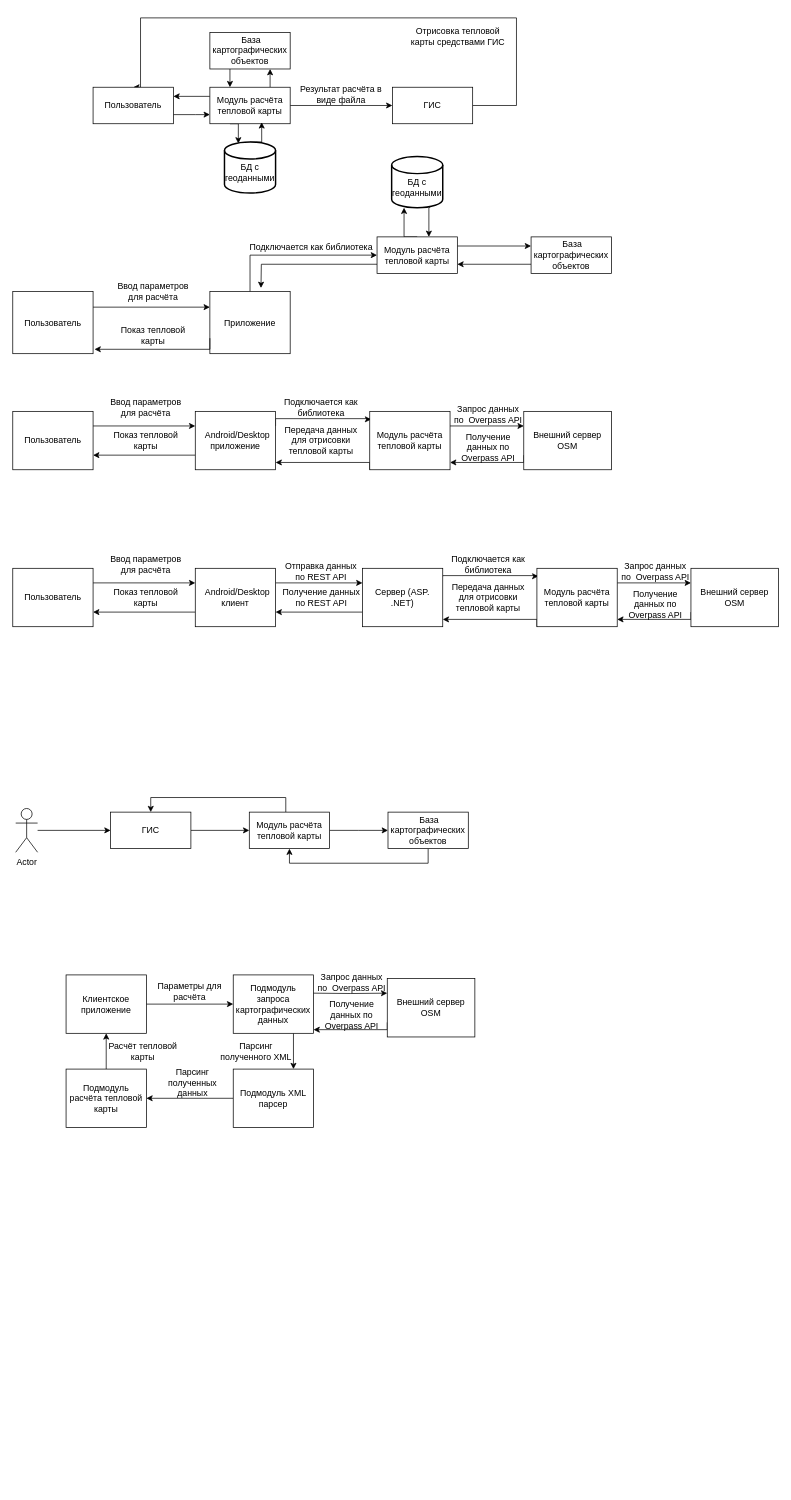
Earlier version of the draw.io diagram Диаграмма артитектуры модуля.drawio (KirMaid/OsmApiClient). Source tidied: cells renumbered, new cells numbered last; positions are measured from the earlier drawing's top-left corner, leaving out a move shared by most shapes. Both pictures are drawn from the tidied source at 73%, with x=0, y=0 at pixel (12, 18).
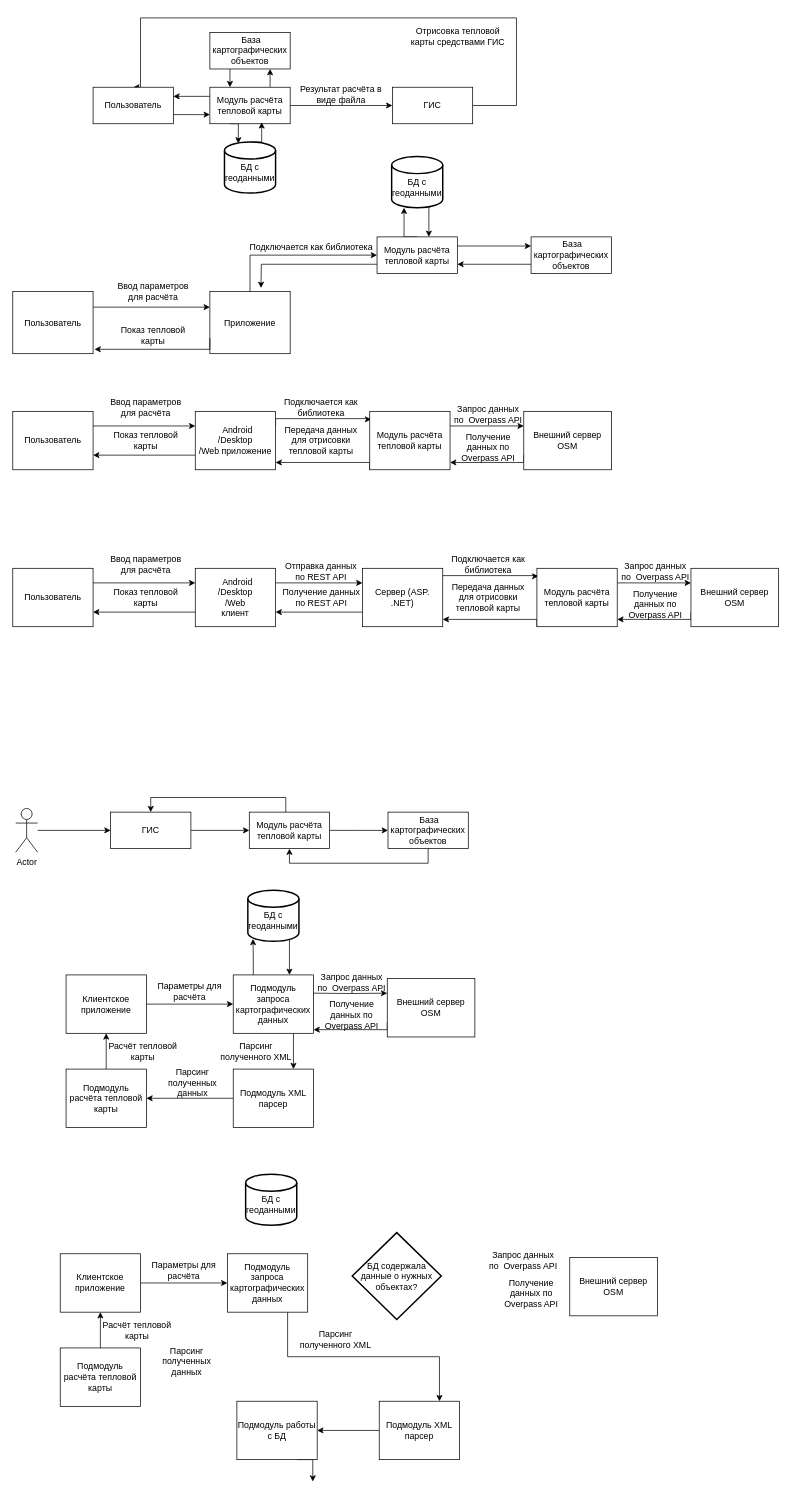
The same diagram, later.

Unchanged cells that the change refers to:
```xml
<mxCell id="82" value="Подмодуль запроса картографических данных" style="html=1;whiteSpace=wrap;" parent="1" vertex="1">
  <mxGeometry x="302" y="1311" width="110" height="80" as="geometry" />
</mxCell>
```

What changed in the source:
```diff
@@
-    <mxCell id="41" value="&amp;nbsp; Android/Desktop приложение" style="html=1;whiteSpace=wrap;" parent="1" vertex="1">
+    <mxCell id="41" value="&amp;nbsp; Android&lt;br&gt;/Desktop&lt;br&gt;/Web приложение" style="html=1;whiteSpace=wrap;" parent="1" vertex="1">
       <mxGeometry x="250" y="539" width="110" height="80" as="geometry" />
     </mxCell>
@@
-    <mxCell id="63" value="&amp;nbsp; Android/Desktop клиент" style="html=1;whiteSpace=wrap;" parent="1" vertex="1">
+    <mxCell id="63" value="&amp;nbsp; Android&lt;br&gt;/Desktop&lt;br&gt;/Web &lt;br&gt;клиент" style="html=1;whiteSpace=wrap;" parent="1" vertex="1">
       <mxGeometry x="250" y="754" width="110" height="80" as="geometry" />
     </mxCell>
@@
+    <mxCell id="96" style="edgeStyle=orthogonalEdgeStyle;rounded=0;jettySize=auto;html=1;exitX=0.25;exitY=0;exitDx=0;exitDy=0;entryX=0.102;entryY=0.952;entryDx=0;entryDy=0;entryPerimeter=0;" parent="1" edge="1" source="82" target="117">
+      <mxGeometry relative="1" as="geometry" />
+    </mxCell>
@@
+    <mxCell id="97" style="edgeStyle=orthogonalEdgeStyle;rounded=0;jettySize=auto;html=1;exitX=0.5;exitY=0;exitDx=0;exitDy=0;entryX=0.5;entryY=1;entryDx=0;entryDy=0;" parent="1" edge="1" source="98" target="104">
+      <mxGeometry relative="1" as="geometry" />
+    </mxCell>
+    <mxCell id="98" value="Подмодуль расчёта тепловой карты" style="html=1;whiteSpace=wrap;" parent="1" vertex="1">
+      <mxGeometry x="65" y="1822" width="110" height="80" as="geometry" />
+    </mxCell>
+    <mxCell id="99" style="edgeStyle=orthogonalEdgeStyle;rounded=0;jettySize=auto;html=1;exitX=0.75;exitY=1;exitDx=0;exitDy=0;entryX=0.75;entryY=0;entryDx=0;entryDy=0;" parent="1" edge="1" source="100" target="102">
+      <mxGeometry relative="1" as="geometry" />
+    </mxCell>
+    <mxCell id="100" value="Подмодуль запроса картографических данных" style="html=1;whiteSpace=wrap;" parent="1" vertex="1">
+      <mxGeometry x="294" y="1693" width="110" height="80" as="geometry" />
+    </mxCell>
+    <mxCell id="101" style="edgeStyle=orthogonalEdgeStyle;rounded=0;jettySize=auto;html=1;entryX=1;entryY=0.5;entryDx=0;entryDy=0;" parent="1" edge="1" source="102" target="113">
+      <mxGeometry relative="1" as="geometry" />
+    </mxCell>
+    <mxCell id="102" value="Подмодуль XML парсер" style="html=1;whiteSpace=wrap;" parent="1" vertex="1">
+      <mxGeometry x="502" y="1895" width="110" height="80" as="geometry" />
+    </mxCell>
+    <mxCell id="103" style="edgeStyle=orthogonalEdgeStyle;rounded=0;jettySize=auto;html=1;exitX=1;exitY=0.5;exitDx=0;exitDy=0;entryX=0;entryY=0.5;entryDx=0;entryDy=0;" parent="1" edge="1" source="104" target="100">
+      <mxGeometry relative="1" as="geometry" />
+    </mxCell>
+    <mxCell id="104" value="Клиентское приложение" style="html=1;whiteSpace=wrap;" parent="1" vertex="1">
+      <mxGeometry x="65" y="1693" width="110" height="80" as="geometry" />
+    </mxCell>
+    <mxCell id="105" value="Параметры для расчёта" style="text;html=1;strokeColor=none;fillColor=none;align=center;verticalAlign=middle;whiteSpace=wrap;rounded=0;" parent="1" vertex="1">
+      <mxGeometry x="182" y="1701" width="105" height="30" as="geometry" />
+    </mxCell>
+    <mxCell id="106" value="Внешний сервер OSM" style="rounded=0;whiteSpace=wrap;html=1;" parent="1" vertex="1">
+      <mxGeometry x="763" y="1698" width="120" height="80" as="geometry" />
+    </mxCell>
+    <mxCell id="107" value="Запрос данных по&amp;nbsp; Overpass API" style="text;html=1;strokeColor=none;fillColor=none;align=center;verticalAlign=middle;whiteSpace=wrap;rounded=0;" parent="1" vertex="1">
+      <mxGeometry x="647" y="1687" width="105" height="30" as="geometry" />
+    </mxCell>
+    <mxCell id="108" value="Получение данных по Overpass API" style="text;html=1;strokeColor=none;fillColor=none;align=center;verticalAlign=middle;whiteSpace=wrap;rounded=0;" parent="1" vertex="1">
+      <mxGeometry x="658" y="1732" width="105" height="30" as="geometry" />
+    </mxCell>
+    <mxCell id="109" value="Парсинг полученных данных" style="text;html=1;strokeColor=none;fillColor=none;align=center;verticalAlign=middle;whiteSpace=wrap;rounded=0;" parent="1" vertex="1">
+      <mxGeometry x="186" y="1826" width="105" height="30" as="geometry" />
+    </mxCell>
+    <mxCell id="110" value="Расчёт тепловой карты" style="text;html=1;strokeColor=none;fillColor=none;align=center;verticalAlign=middle;whiteSpace=wrap;rounded=0;" parent="1" vertex="1">
+      <mxGeometry x="118" y="1783" width="105" height="30" as="geometry" />
+    </mxCell>
+    <mxCell id="111" value="Парсинг полученного XML" style="text;html=1;strokeColor=none;fillColor=none;align=center;verticalAlign=middle;whiteSpace=wrap;rounded=0;" parent="1" vertex="1">
+      <mxGeometry x="389.5" y="1796" width="105" height="30" as="geometry" />
+    </mxCell>
+    <mxCell id="112" style="edgeStyle=orthogonalEdgeStyle;rounded=0;jettySize=auto;html=1;exitX=0.75;exitY=1;exitDx=0;exitDy=0;" parent="1" edge="1" source="113">
+      <mxGeometry relative="1" as="geometry">
+        <mxPoint x="411" y="2005" as="targetPoint" />
+      </mxGeometry>
+    </mxCell>
+    <mxCell id="113" value="Подмодуль работы с БД" style="html=1;whiteSpace=wrap;" parent="1" vertex="1">
+      <mxGeometry x="307" y="1895" width="110" height="80" as="geometry" />
+    </mxCell>
+    <mxCell id="114" value="&lt;br&gt;БД с геоданными" style="strokeWidth=2;html=1;shape=mxgraph.flowchart.database;whiteSpace=wrap;" parent="1" vertex="1">
+      <mxGeometry x="319" y="1584" width="70" height="70" as="geometry" />
+    </mxCell>
+    <mxCell id="115" value="БД содержала данные о нужных объектах?" style="strokeWidth=2;html=1;shape=mxgraph.flowchart.decision;whiteSpace=wrap;" parent="1" vertex="1">
+      <mxGeometry x="465" y="1664" width="122" height="119" as="geometry" />
+    </mxCell>
+    <mxCell id="116" style="edgeStyle=orthogonalEdgeStyle;rounded=0;jettySize=auto;html=1;exitX=0.5;exitY=1;exitDx=0;exitDy=0;exitPerimeter=0;" parent="1" edge="1" source="117">
+      <mxGeometry relative="1" as="geometry">
+        <mxPoint x="379" y="1311" as="targetPoint" />
+        <Array as="points">
+          <mxPoint x="357" y="1262" />
+          <mxPoint x="379" y="1262" />
+          <mxPoint x="379" y="1311" />
+        </Array>
+      </mxGeometry>
+    </mxCell>
+    <mxCell id="117" value="&lt;br&gt;БД с геоданными" style="strokeWidth=2;html=1;shape=mxgraph.flowchart.database;whiteSpace=wrap;" parent="1" vertex="1">
+      <mxGeometry x="322" y="1195" width="70" height="70" as="geometry" />
+    </mxCell>
```
